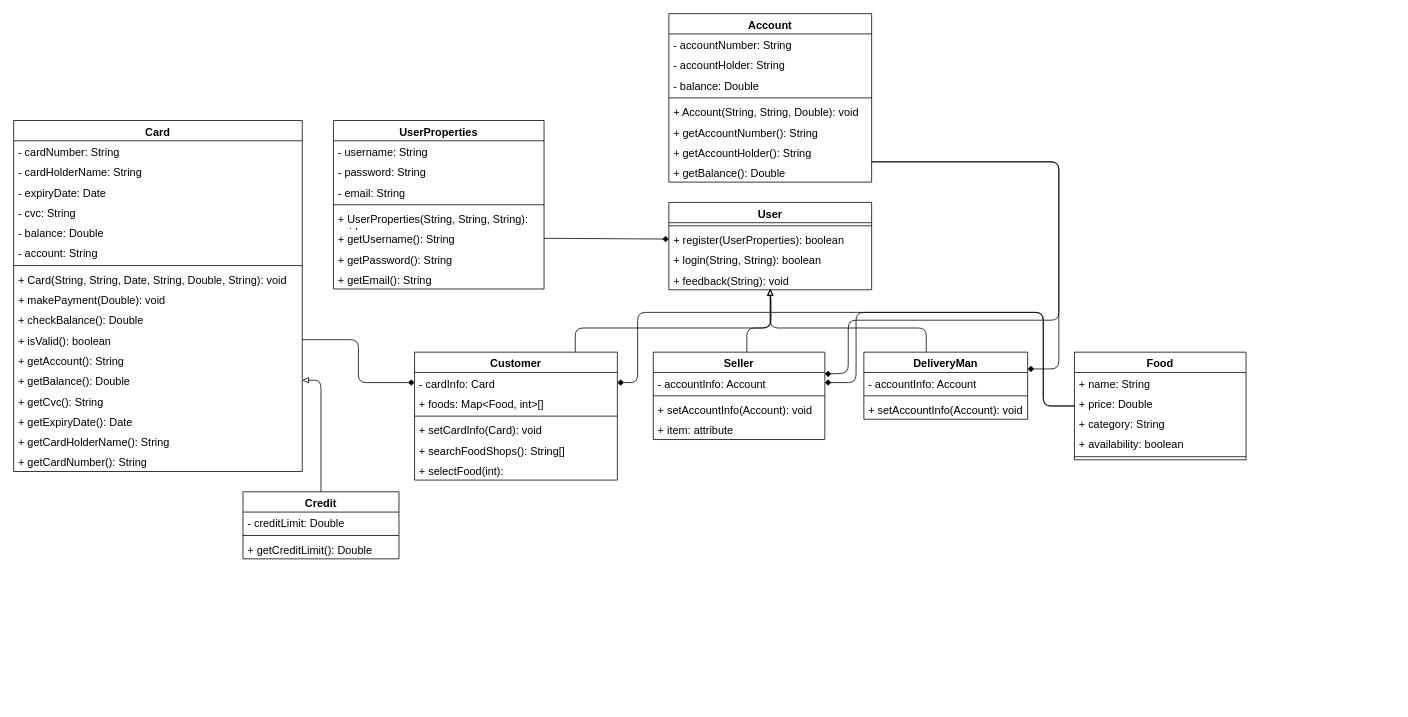
Above: designs/class.dio in MR-FARVEES/system-design-assignment (draw.io), before the change. Source tidied: cells renumbered, new cells numbered last; positions are measured from the earlier drawing's top-left corner, leaving out a move shared by most shapes. Both pictures are drawn from the tidied source at 78%, with x=0, y=0 at pixel (13, 13).
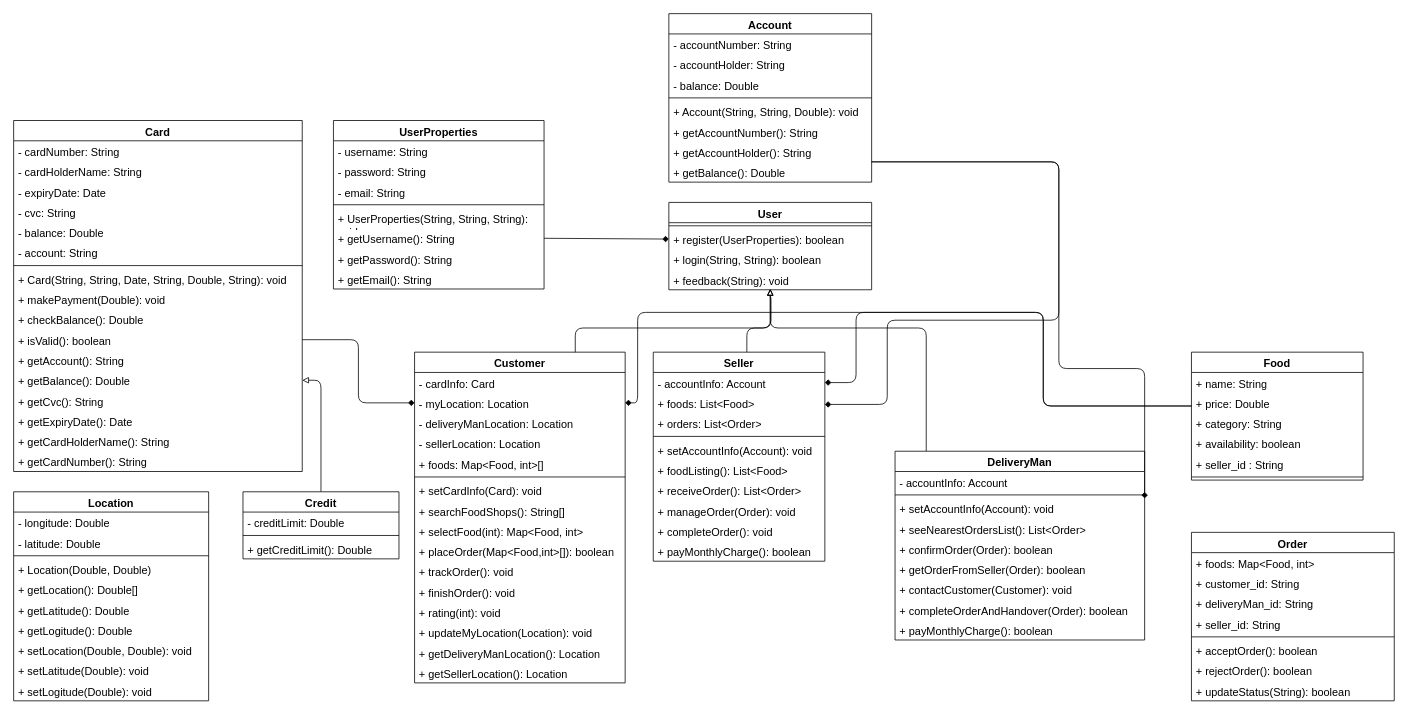
Above is the later version.

Commit message:
Updated seller and delivery man

Unchanged cells that the change refers to:
```xml
<mxCell id="67" value="+ getAccountHolder(): String" style="text;strokeColor=none;fillColor=none;align=left;verticalAlign=top;spacingLeft=4;spacingRight=4;overflow=hidden;points=[[0,0.5],[1,0.5]];portConstraint=eastwest;whiteSpace=wrap;html=1;fontSize=14;" parent="60" vertex="1">
  <mxGeometry y="164" width="260" height="26" as="geometry" />
</mxCell>
```

What changed in the source:
```diff
@@
     <mxCell id="2" value="Customer" style="swimlane;fontStyle=1;align=center;verticalAlign=top;horizontal=1;startSize=26;whiteSpace=wrap;html=1;fontSize=14;" parent="1" vertex="1">
-      <mxGeometry x="514" y="434" width="260" height="164" as="geometry" />
+      <mxGeometry x="514" y="434" width="270" height="424" as="geometry" />
     </mxCell>
+    <mxCell id="79" value="- cardInfo: Card" style="text;strokeColor=none;fillColor=none;align=left;verticalAlign=top;spacingLeft=4;spacingRight=4;overflow=hidden;whiteSpace=wrap;html=1;fontSize=14;" parent="2" vertex="1">
+      <mxGeometry y="26" width="270" height="26" as="geometry" />
+    </mxCell>
-    <mxCell id="3" value="- cardInfo: Card" style="text;strokeColor=none;fillColor=none;align=left;verticalAlign=top;spacingLeft=4;spacingRight=4;overflow=hidden;points=[[0,0.5],[1,0.5]];portConstraint=eastwest;whiteSpace=wrap;html=1;fontSize=14;" parent="2" vertex="1">
-      <mxGeometry y="26" width="260" height="26" as="geometry" />
+    <mxCell id="3" value="- myLocation: Location" style="text;strokeColor=none;fillColor=none;align=left;verticalAlign=top;spacingLeft=4;spacingRight=4;overflow=hidden;points=[[0,0.5],[1,0.5]];portConstraint=eastwest;whiteSpace=wrap;html=1;fontSize=14;" parent="2" vertex="1">
+      <mxGeometry y="52" width="270" height="26" as="geometry" />
     </mxCell>
+    <mxCell id="80" value="- deliveryManLocation: Location" style="text;strokeColor=none;fillColor=none;align=left;verticalAlign=top;spacingLeft=4;spacingRight=4;overflow=hidden;whiteSpace=wrap;html=1;fontSize=14;" parent="2" vertex="1">
+      <mxGeometry y="78" width="270" height="26" as="geometry" />
+    </mxCell>
+    <mxCell id="81" value="- sellerLocation: Location" style="text;strokeColor=none;fillColor=none;align=left;verticalAlign=top;spacingLeft=4;spacingRight=4;overflow=hidden;whiteSpace=wrap;html=1;fontSize=14;" parent="2" vertex="1">
+      <mxGeometry y="104" width="270" height="26" as="geometry" />
+    </mxCell>
     <mxCell id="4" value="+ foods: Map&amp;lt;Food, int&amp;gt;[]" style="text;strokeColor=none;fillColor=none;align=left;verticalAlign=top;spacingLeft=4;spacingRight=4;overflow=hidden;whiteSpace=wrap;html=1;fontSize=14;" parent="2" vertex="1">
-      <mxGeometry y="52" width="260" height="26" as="geometry" />
+      <mxGeometry y="130" width="270" height="26" as="geometry" />
     </mxCell>
     <mxCell id="5" style="line;strokeWidth=1;fillColor=none;align=left;verticalAlign=middle;spacingTop=-1;spacingLeft=3;spacingRight=3;labelPosition=right;strokeColor=inherit;fontSize=14;" parent="2" vertex="1">
-      <mxGeometry y="78" width="260" height="8" as="geometry" />
+      <mxGeometry y="156" width="270" height="8" as="geometry" />
     </mxCell>
     <mxCell id="6" value="+ setCardInfo(Card): void" style="text;strokeColor=none;fillColor=none;align=left;verticalAlign=top;spacingLeft=4;spacingRight=4;overflow=hidden;whiteSpace=wrap;html=1;fontSize=14;" parent="2" vertex="1">
-      <mxGeometry y="86" width="260" height="26" as="geometry" />
+      <mxGeometry y="164" width="270" height="26" as="geometry" />
     </mxCell>
     <mxCell id="7" value="+ searchFoodShops(): String[]" style="text;strokeColor=none;fillColor=none;align=left;verticalAlign=top;spacingLeft=4;spacingRight=4;overflow=hidden;whiteSpace=wrap;html=1;fontSize=14;" parent="2" vertex="1">
-      <mxGeometry y="112" width="260" height="26" as="geometry" />
+      <mxGeometry y="190" width="270" height="26" as="geometry" />
     </mxCell>
-    <mxCell id="8" value="+ selectFood(int):" style="text;strokeColor=none;fillColor=none;align=left;verticalAlign=top;spacingLeft=4;spacingRight=4;overflow=hidden;whiteSpace=wrap;html=1;fontSize=14;" parent="2" vertex="1">
-      <mxGeometry y="138" width="260" height="26" as="geometry" />
+    <mxCell id="8" value="+ selectFood(int):&amp;nbsp;&lt;span style=&quot;color: rgb(0, 0, 0);&quot;&gt;Map&amp;lt;Food, int&amp;gt;&lt;/span&gt;" style="text;strokeColor=none;fillColor=none;align=left;verticalAlign=top;spacingLeft=4;spacingRight=4;overflow=hidden;whiteSpace=wrap;html=1;fontSize=14;" parent="2" vertex="1">
+      <mxGeometry y="216" width="270" height="26" as="geometry" />
     </mxCell>
+    <mxCell id="82" value="+ placeOrder(Map&amp;lt;Food,int&amp;gt;[]): boolean" style="text;strokeColor=none;fillColor=none;align=left;verticalAlign=top;spacingLeft=4;spacingRight=4;overflow=hidden;whiteSpace=wrap;html=1;fontSize=14;" parent="2" vertex="1">
+      <mxGeometry y="242" width="270" height="26" as="geometry" />
+    </mxCell>
+    <mxCell id="83" value="+ trackOrder(): void" style="text;strokeColor=none;fillColor=none;align=left;verticalAlign=top;spacingLeft=4;spacingRight=4;overflow=hidden;whiteSpace=wrap;html=1;fontSize=14;" parent="2" vertex="1">
+      <mxGeometry y="268" width="270" height="26" as="geometry" />
+    </mxCell>
+    <mxCell id="84" value="+ finishOrder(): void" style="text;strokeColor=none;fillColor=none;align=left;verticalAlign=top;spacingLeft=4;spacingRight=4;overflow=hidden;whiteSpace=wrap;html=1;fontSize=14;" parent="2" vertex="1">
+      <mxGeometry y="294" width="270" height="26" as="geometry" />
+    </mxCell>
+    <mxCell id="85" value="+ rating(int): void" style="text;strokeColor=none;fillColor=none;align=left;verticalAlign=top;spacingLeft=4;spacingRight=4;overflow=hidden;whiteSpace=wrap;html=1;fontSize=14;" parent="2" vertex="1">
+      <mxGeometry y="320" width="270" height="26" as="geometry" />
+    </mxCell>
+    <mxCell id="86" value="+ updateMyLocation(Location): void" style="text;strokeColor=none;fillColor=none;align=left;verticalAlign=top;spacingLeft=4;spacingRight=4;overflow=hidden;whiteSpace=wrap;html=1;fontSize=14;" parent="2" vertex="1">
+      <mxGeometry y="346" width="270" height="26" as="geometry" />
+    </mxCell>
+    <mxCell id="87" value="+ getDeliveryManLocation(): Location" style="text;strokeColor=none;fillColor=none;align=left;verticalAlign=top;spacingLeft=4;spacingRight=4;overflow=hidden;whiteSpace=wrap;html=1;fontSize=14;" parent="2" vertex="1">
+      <mxGeometry y="372" width="270" height="26" as="geometry" />
+    </mxCell>
+    <mxCell id="88" value="+ getSellerLocation(): Location" style="text;strokeColor=none;fillColor=none;align=left;verticalAlign=top;spacingLeft=4;spacingRight=4;overflow=hidden;whiteSpace=wrap;html=1;fontSize=14;" parent="2" vertex="1">
+      <mxGeometry y="398" width="270" height="26" as="geometry" />
+    </mxCell>
     <mxCell id="9" value="Seller" style="swimlane;fontStyle=1;align=center;verticalAlign=top;horizontal=1;startSize=26;whiteSpace=wrap;html=1;fontSize=14;" parent="1" vertex="1">
-      <mxGeometry x="820" y="434" width="220" height="112" as="geometry" />
+      <mxGeometry x="820" y="434" width="220" height="268" as="geometry" />
     </mxCell>
@@
+    <mxCell id="89" value="+ foods: List&amp;lt;Food&amp;gt;" style="text;strokeColor=none;fillColor=none;align=left;verticalAlign=top;spacingLeft=4;spacingRight=4;overflow=hidden;whiteSpace=wrap;html=1;fontSize=14;" parent="9" vertex="1">
+      <mxGeometry y="52" width="220" height="26" as="geometry" />
+    </mxCell>
+    <mxCell id="90" value="+ orders: List&amp;lt;Order&amp;gt;" style="text;strokeColor=none;fillColor=none;align=left;verticalAlign=top;spacingLeft=4;spacingRight=4;overflow=hidden;whiteSpace=wrap;html=1;fontSize=14;" parent="9" vertex="1">
+      <mxGeometry y="78" width="220" height="26" as="geometry" />
+    </mxCell>
     <mxCell id="11" style="line;strokeWidth=1;fillColor=none;align=left;verticalAlign=middle;spacingTop=-1;spacingLeft=3;spacingRight=3;labelPosition=right;strokeColor=inherit;fontSize=14;" parent="9" vertex="1">
-      <mxGeometry y="52" width="220" height="8" as="geometry" />
+      <mxGeometry y="104" width="220" height="8" as="geometry" />
     </mxCell>
     <mxCell id="12" value="+ setAccountInfo(Account): void" style="text;strokeColor=none;fillColor=none;align=left;verticalAlign=top;spacingLeft=4;spacingRight=4;overflow=hidden;whiteSpace=wrap;html=1;fontSize=14;" parent="9" vertex="1">
-      <mxGeometry y="60" width="220" height="26" as="geometry" />
+      <mxGeometry y="112" width="220" height="26" as="geometry" />
     </mxCell>
+    <mxCell id="91" value="+ foodListing(): List&amp;lt;Food&amp;gt;" style="text;strokeColor=none;fillColor=none;align=left;verticalAlign=top;spacingLeft=4;spacingRight=4;overflow=hidden;whiteSpace=wrap;html=1;fontSize=14;" parent="9" vertex="1">
+      <mxGeometry y="138" width="220" height="26" as="geometry" />
+    </mxCell>
+    <mxCell id="92" value="+ receiveOrder(): List&amp;lt;Order&amp;gt;" style="text;strokeColor=none;fillColor=none;align=left;verticalAlign=top;spacingLeft=4;spacingRight=4;overflow=hidden;whiteSpace=wrap;html=1;fontSize=14;" parent="9" vertex="1">
+      <mxGeometry y="164" width="220" height="26" as="geometry" />
+    </mxCell>
+    <mxCell id="93" value="+ manageOrder(Order): void" style="text;strokeColor=none;fillColor=none;align=left;verticalAlign=top;spacingLeft=4;spacingRight=4;overflow=hidden;whiteSpace=wrap;html=1;fontSize=14;" parent="9" vertex="1">
+      <mxGeometry y="190" width="220" height="26" as="geometry" />
+    </mxCell>
-    <mxCell id="13" value="+ item: attribute" style="text;strokeColor=none;fillColor=none;align=left;verticalAlign=top;spacingLeft=4;spacingRight=4;overflow=hidden;whiteSpace=wrap;html=1;fontSize=14;" parent="9" vertex="1">
-      <mxGeometry y="86" width="220" height="26" as="geometry" />
+    <mxCell id="13" value="+ completeOrder(): void" style="text;strokeColor=none;fillColor=none;align=left;verticalAlign=top;spacingLeft=4;spacingRight=4;overflow=hidden;whiteSpace=wrap;html=1;fontSize=14;" parent="9" vertex="1">
+      <mxGeometry y="216" width="220" height="26" as="geometry" />
     </mxCell>
+    <mxCell id="94" value="+ payMonthlyCharge(): boolean" style="text;strokeColor=none;fillColor=none;align=left;verticalAlign=top;spacingLeft=4;spacingRight=4;overflow=hidden;whiteSpace=wrap;html=1;fontSize=14;" parent="9" vertex="1">
+      <mxGeometry y="242" width="220" height="26" as="geometry" />
+    </mxCell>
@@
     <mxCell id="15" value="DeliveryMan" style="swimlane;fontStyle=1;align=center;verticalAlign=top;horizontal=1;startSize=26;whiteSpace=wrap;html=1;fontSize=14;" parent="1" vertex="1">
-      <mxGeometry x="1090" y="434" width="210" height="86" as="geometry" />
+      <mxGeometry x="1130" y="561" width="320" height="242" as="geometry" />
     </mxCell>
     <mxCell id="16" value="- accountInfo: Account" style="text;strokeColor=none;fillColor=none;align=left;verticalAlign=top;spacingLeft=4;spacingRight=4;overflow=hidden;whiteSpace=wrap;html=1;fontSize=14;" parent="15" vertex="1">
-      <mxGeometry y="26" width="210" height="26" as="geometry" />
+      <mxGeometry y="26" width="320" height="26" as="geometry" />
     </mxCell>
     <mxCell id="17" style="line;strokeWidth=1;fillColor=none;align=left;verticalAlign=middle;spacingTop=-1;spacingLeft=3;spacingRight=3;labelPosition=right;strokeColor=inherit;fontSize=14;" parent="15" vertex="1">
-      <mxGeometry y="52" width="210" height="8" as="geometry" />
+      <mxGeometry y="52" width="320" height="8" as="geometry" />
     </mxCell>
+    <mxCell id="95" value="+ setAccountInfo(Account): void" style="text;strokeColor=none;fillColor=none;align=left;verticalAlign=top;spacingLeft=4;spacingRight=4;overflow=hidden;whiteSpace=wrap;html=1;fontSize=14;" parent="15" vertex="1">
+      <mxGeometry y="60" width="320" height="26" as="geometry" />
+    </mxCell>
+    <mxCell id="96" value="+ seeNearestOrdersList(): List&amp;lt;Order&amp;gt;" style="text;strokeColor=none;fillColor=none;align=left;verticalAlign=top;spacingLeft=4;spacingRight=4;overflow=hidden;whiteSpace=wrap;html=1;fontSize=14;" parent="15" vertex="1">
+      <mxGeometry y="86" width="320" height="26" as="geometry" />
+    </mxCell>
+    <mxCell id="97" value="+ confirmOrder(Order): boolean" style="text;strokeColor=none;fillColor=none;align=left;verticalAlign=top;spacingLeft=4;spacingRight=4;overflow=hidden;whiteSpace=wrap;html=1;fontSize=14;" parent="15" vertex="1">
+      <mxGeometry y="112" width="320" height="26" as="geometry" />
+    </mxCell>
+    <mxCell id="98" value="+ getOrderFromSeller(Order): boolean" style="text;strokeColor=none;fillColor=none;align=left;verticalAlign=top;spacingLeft=4;spacingRight=4;overflow=hidden;whiteSpace=wrap;html=1;fontSize=14;" parent="15" vertex="1">
+      <mxGeometry y="138" width="320" height="26" as="geometry" />
+    </mxCell>
+    <mxCell id="99" value="+ contactCustomer(Customer): void" style="text;strokeColor=none;fillColor=none;align=left;verticalAlign=top;spacingLeft=4;spacingRight=4;overflow=hidden;whiteSpace=wrap;html=1;fontSize=14;" parent="15" vertex="1">
+      <mxGeometry y="164" width="320" height="26" as="geometry" />
+    </mxCell>
+    <mxCell id="100" value="+ completeOrderAndHandover(Order): boolean" style="text;strokeColor=none;fillColor=none;align=left;verticalAlign=top;spacingLeft=4;spacingRight=4;overflow=hidden;whiteSpace=wrap;html=1;fontSize=14;" parent="15" vertex="1">
+      <mxGeometry y="190" width="320" height="26" as="geometry" />
+    </mxCell>
-    <mxCell id="18" value="+ setAccountInfo(Account): void" style="text;strokeColor=none;fillColor=none;align=left;verticalAlign=top;spacingLeft=4;spacingRight=4;overflow=hidden;whiteSpace=wrap;html=1;fontSize=14;" parent="15" vertex="1">
-      <mxGeometry y="60" width="210" height="26" as="geometry" />
+    <mxCell id="18" value="+ payMonthlyCharge(): boolean" style="text;strokeColor=none;fillColor=none;align=left;verticalAlign=top;spacingLeft=4;spacingRight=4;overflow=hidden;whiteSpace=wrap;html=1;fontSize=14;" parent="15" vertex="1">
+      <mxGeometry y="216" width="320" height="26" as="geometry" />
     </mxCell>
@@
     <mxCell id="69" style="edgeStyle=orthogonalEdgeStyle;html=1;entryX=1;entryY=0.25;entryDx=0;entryDy=0;endArrow=diamond;endFill=1;fontSize=14;" parent="1" edge="1" source="67" target="9">
       <mxGeometry relative="1" as="geometry">
         <Array as="points">
           <mxPoint x="1340" y="190" />
           <mxPoint x="1340" y="393" />
-          <mxPoint x="1070" y="393" />
-          <mxPoint x="1070" y="461" />
-          <mxPoint x="1040" y="461" />
+          <mxPoint x="1120" y="393" />
+          <mxPoint x="1120" y="501" />
         </Array>
       </mxGeometry>
     </mxCell>
@@
     <mxCell id="72" style="edgeStyle=orthogonalEdgeStyle;html=1;entryX=1;entryY=0.5;entryDx=0;entryDy=0;endArrow=diamond;endFill=1;" parent="1" edge="1" source="73" target="3">
       <mxGeometry relative="1" as="geometry">
         <Array as="points">
           <mxPoint x="1320" y="503" />
           <mxPoint x="1320" y="383" />
           <mxPoint x="800" y="383" />
-          <mxPoint x="800" y="473" />
+          <mxPoint x="800" y="499" />
         </Array>
       </mxGeometry>
     </mxCell>
     <mxCell id="73" value="Food" style="swimlane;fontStyle=1;align=center;verticalAlign=top;horizontal=1;startSize=26;whiteSpace=wrap;html=1;fontSize=14;" parent="1" vertex="1">
-      <mxGeometry x="1360" y="434" width="220" height="138" as="geometry" />
+      <mxGeometry x="1510" y="434" width="220" height="164" as="geometry" />
     </mxCell>
@@
+    <mxCell id="101" value="+ seller_id : String" style="text;strokeColor=none;fillColor=none;align=left;verticalAlign=top;spacingLeft=4;spacingRight=4;overflow=hidden;whiteSpace=wrap;html=1;fontSize=14;" parent="73" vertex="1">
+      <mxGeometry y="130" width="220" height="26" as="geometry" />
+    </mxCell>
     <mxCell id="78" style="line;strokeWidth=1;fillColor=none;align=left;verticalAlign=middle;spacingTop=-1;spacingLeft=3;spacingRight=3;labelPosition=right;strokeColor=inherit;fontSize=14;" parent="73" vertex="1">
-      <mxGeometry y="130" width="220" height="8" as="geometry" />
+      <mxGeometry y="156" width="220" height="8" as="geometry" />
     </mxCell>
+    <mxCell id="102" value="Location" style="swimlane;fontStyle=1;align=center;verticalAlign=top;horizontal=1;startSize=26;whiteSpace=wrap;html=1;fontSize=14;" parent="1" vertex="1">
+      <mxGeometry y="613" width="250" height="268" as="geometry" />
+    </mxCell>
+    <mxCell id="103" value="- longitude: Double" style="text;strokeColor=none;fillColor=none;align=left;verticalAlign=top;spacingLeft=4;spacingRight=4;overflow=hidden;whiteSpace=wrap;html=1;fontSize=14;" parent="102" vertex="1">
+      <mxGeometry y="26" width="250" height="26" as="geometry" />
+    </mxCell>
+    <mxCell id="104" value="- latitude: Double" style="text;strokeColor=none;fillColor=none;align=left;verticalAlign=top;spacingLeft=4;spacingRight=4;overflow=hidden;whiteSpace=wrap;html=1;fontSize=14;" parent="102" vertex="1">
+      <mxGeometry y="52" width="250" height="26" as="geometry" />
+    </mxCell>
+    <mxCell id="105" style="line;strokeWidth=1;fillColor=none;align=left;verticalAlign=middle;spacingTop=-1;spacingLeft=3;spacingRight=3;labelPosition=right;strokeColor=inherit;fontSize=14;" parent="102" vertex="1">
+      <mxGeometry y="78" width="250" height="8" as="geometry" />
+    </mxCell>
+    <mxCell id="106" value="+ Location(Double,&amp;nbsp;Double)" style="text;strokeColor=none;fillColor=none;align=left;verticalAlign=top;spacingLeft=4;spacingRight=4;overflow=hidden;whiteSpace=wrap;html=1;fontSize=14;" parent="102" vertex="1">
+      <mxGeometry y="86" width="250" height="26" as="geometry" />
+    </mxCell>
+    <mxCell id="107" value="+ getLocation(): Double[]&amp;nbsp;" style="text;strokeColor=none;fillColor=none;align=left;verticalAlign=top;spacingLeft=4;spacingRight=4;overflow=hidden;whiteSpace=wrap;html=1;fontSize=14;" parent="102" vertex="1">
+      <mxGeometry y="112" width="250" height="26" as="geometry" />
+    </mxCell>
+    <mxCell id="108" value="+ getLatitude(): Double" style="text;strokeColor=none;fillColor=none;align=left;verticalAlign=top;spacingLeft=4;spacingRight=4;overflow=hidden;whiteSpace=wrap;html=1;fontSize=14;" parent="102" vertex="1">
+      <mxGeometry y="138" width="250" height="26" as="geometry" />
+    </mxCell>
+    <mxCell id="109" value="+ getLogitude(): Double" style="text;strokeColor=none;fillColor=none;align=left;verticalAlign=top;spacingLeft=4;spacingRight=4;overflow=hidden;whiteSpace=wrap;html=1;fontSize=14;" parent="102" vertex="1">
+      <mxGeometry y="164" width="250" height="26" as="geometry" />
+    </mxCell>
+    <mxCell id="110" value="+ setLocation(Double, Double): void&amp;nbsp;" style="text;strokeColor=none;fillColor=none;align=left;verticalAlign=top;spacingLeft=4;spacingRight=4;overflow=hidden;whiteSpace=wrap;html=1;fontSize=14;" parent="102" vertex="1">
+      <mxGeometry y="190" width="250" height="26" as="geometry" />
+    </mxCell>
+    <mxCell id="111" value="+ setLatitude(&lt;span style=&quot;color: rgb(0, 0, 0);&quot;&gt;D&lt;/span&gt;&lt;span style=&quot;color: rgb(0, 0, 0);&quot;&gt;ouble&lt;/span&gt;): void" style="text;strokeColor=none;fillColor=none;align=left;verticalAlign=top;spacingLeft=4;spacingRight=4;overflow=hidden;whiteSpace=wrap;html=1;fontSize=14;" parent="102" vertex="1">
+      <mxGeometry y="216" width="250" height="26" as="geometry" />
+    </mxCell>
+    <mxCell id="112" value="+ setLogitude(&lt;span style=&quot;color: rgb(0, 0, 0);&quot;&gt;D&lt;/span&gt;&lt;span style=&quot;color: rgb(0, 0, 0);&quot;&gt;ouble&lt;/span&gt;): void" style="text;strokeColor=none;fillColor=none;align=left;verticalAlign=top;spacingLeft=4;spacingRight=4;overflow=hidden;whiteSpace=wrap;html=1;fontSize=14;" parent="102" vertex="1">
+      <mxGeometry y="242" width="250" height="26" as="geometry" />
+    </mxCell>
+    <mxCell id="113" value="Order" style="swimlane;fontStyle=1;align=center;verticalAlign=top;horizontal=1;startSize=26;whiteSpace=wrap;html=1;fontSize=14;" parent="1" vertex="1">
+      <mxGeometry x="1510" y="665" width="260" height="216" as="geometry" />
+    </mxCell>
+    <mxCell id="114" value="+ foods: Map&amp;lt;Food, int&amp;gt;" style="text;strokeColor=none;fillColor=none;align=left;verticalAlign=top;spacingLeft=4;spacingRight=4;overflow=hidden;whiteSpace=wrap;html=1;fontSize=14;" parent="113" vertex="1">
+      <mxGeometry y="26" width="260" height="26" as="geometry" />
+    </mxCell>
+    <mxCell id="115" value="+ customer_id: String" style="text;strokeColor=none;fillColor=none;align=left;verticalAlign=top;spacingLeft=4;spacingRight=4;overflow=hidden;whiteSpace=wrap;html=1;fontSize=14;" parent="113" vertex="1">
+      <mxGeometry y="52" width="260" height="26" as="geometry" />
+    </mxCell>
+    <mxCell id="116" value="+ deliveryMan_id: String" style="text;strokeColor=none;fillColor=none;align=left;verticalAlign=top;spacingLeft=4;spacingRight=4;overflow=hidden;whiteSpace=wrap;html=1;fontSize=14;" parent="113" vertex="1">
+      <mxGeometry y="78" width="260" height="26" as="geometry" />
+    </mxCell>
+    <mxCell id="117" value="+ seller_id: String" style="text;strokeColor=none;fillColor=none;align=left;verticalAlign=top;spacingLeft=4;spacingRight=4;overflow=hidden;whiteSpace=wrap;html=1;fontSize=14;" parent="113" vertex="1">
+      <mxGeometry y="104" width="260" height="26" as="geometry" />
+    </mxCell>
+    <mxCell id="118" style="line;strokeWidth=1;fillColor=none;align=left;verticalAlign=middle;spacingTop=-1;spacingLeft=3;spacingRight=3;labelPosition=right;strokeColor=inherit;fontSize=14;" parent="113" vertex="1">
+      <mxGeometry y="130" width="260" height="8" as="geometry" />
+    </mxCell>
+    <mxCell id="119" value="+ acceptOrder(): boolean" style="text;strokeColor=none;fillColor=none;align=left;verticalAlign=top;spacingLeft=4;spacingRight=4;overflow=hidden;whiteSpace=wrap;html=1;fontSize=14;" parent="113" vertex="1">
+      <mxGeometry y="138" width="260" height="26" as="geometry" />
+    </mxCell>
+    <mxCell id="120" value="+ rejectOrder(): boolean" style="text;strokeColor=none;fillColor=none;align=left;verticalAlign=top;spacingLeft=4;spacingRight=4;overflow=hidden;whiteSpace=wrap;html=1;fontSize=14;" parent="113" vertex="1">
+      <mxGeometry y="164" width="260" height="26" as="geometry" />
+    </mxCell>
+    <mxCell id="121" value="+ updateStatus(String): boolean" style="text;strokeColor=none;fillColor=none;align=left;verticalAlign=top;spacingLeft=4;spacingRight=4;overflow=hidden;whiteSpace=wrap;html=1;fontSize=14;" parent="113" vertex="1">
+      <mxGeometry y="190" width="260" height="26" as="geometry" />
+    </mxCell>
```
